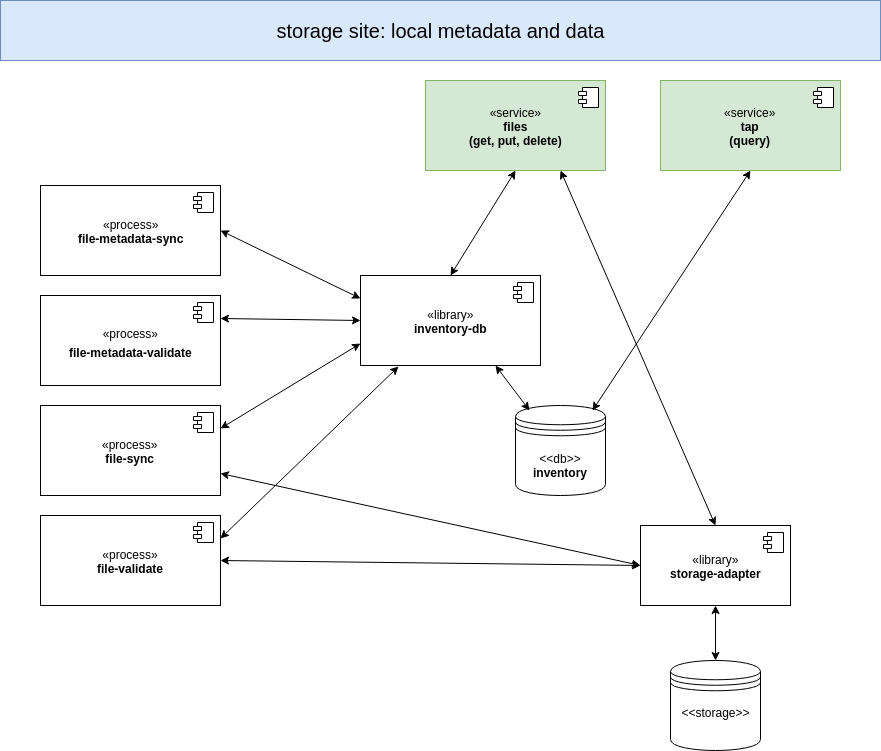
Before: storage-dm/docs/storage-site-deploy.png, a diagram exported from draw.io (severingaudet/storage). Source tidied: cells renumbered, new cells last; positions are measured from the earlier drawing's top-left corner, leaving out a move shared by most shapes.
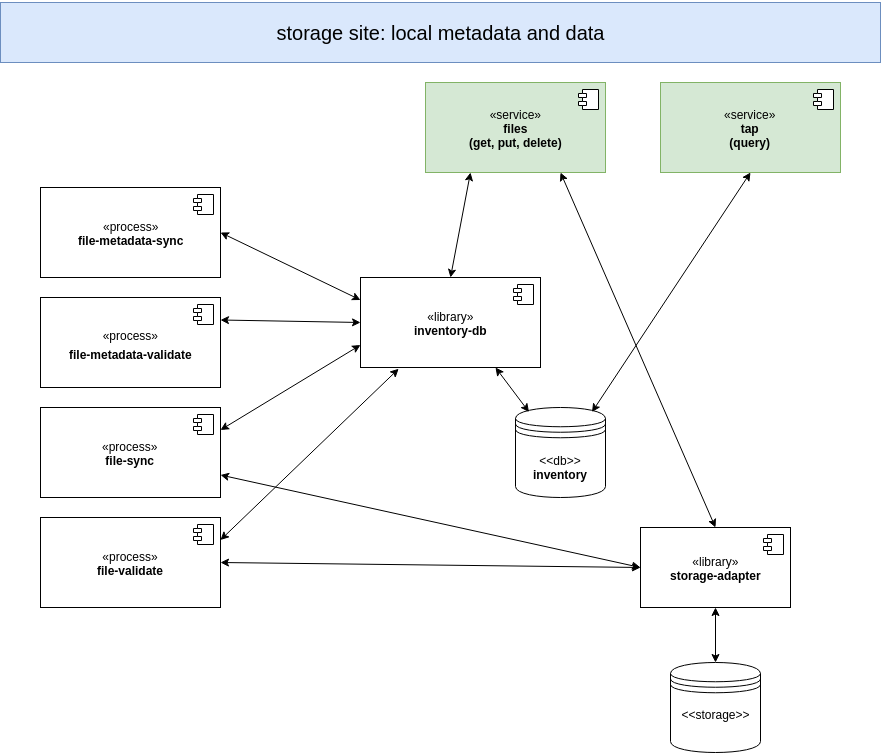
Later version of the same file.

Commit message:
update docs with details about fileID and resolvable permissions

What changed in the source:
```diff
@@ -2,72 +2,72 @@
   <root>
     <mxCell id="0" />
     <mxCell id="1" parent="0" />
-    <mxCell id="2" value="&amp;lt;&amp;lt;db&amp;gt;&amp;gt;&lt;br&gt;&lt;b&gt;inventory&lt;/b&gt;&lt;br&gt;" style="shape=datastore;whiteSpace=wrap;html=1;align=center;" parent="1" vertex="1">
-      <mxGeometry x="515" y="405" width="90" height="90" as="geometry" />
-    </mxCell>
+    <mxCell id="32" value="&amp;lt;&amp;lt;db&amp;gt;&amp;gt;&lt;br&gt;&lt;b&gt;inventory&lt;/b&gt;&lt;br&gt;" style="shape=datastore;whiteSpace=wrap;html=1;align=center;" parent="1" vertex="1">
+      <mxGeometry x="515" y="405" width="90" height="90" as="geometry" />
+    </mxCell>
     <mxCell id="3" value="«service»&lt;br&gt;&lt;b&gt;files&lt;br&gt;(get, put, delete)&lt;br&gt;&lt;/b&gt;" style="html=1;fillColor=#d5e8d4;strokeColor=#82b366;" parent="1" vertex="1">
       <mxGeometry x="425" y="80" width="180" height="90" as="geometry" />
     </mxCell>
-    <mxCell id="4" style="shape=component;jettyWidth=8;jettyHeight=4;" parent="3" vertex="1">
-      <mxGeometry x="1" width="20" height="20" relative="1" as="geometry">
-        <mxPoint x="-27" y="7" as="offset" />
-      </mxGeometry>
-    </mxCell>
-    <mxCell id="5" value="«process»&lt;br&gt;&lt;b&gt;file-metadata-sync&lt;/b&gt;" style="html=1;" parent="1" vertex="1">
-      <mxGeometry x="40" y="185" width="180" height="90" as="geometry" />
-    </mxCell>
-    <mxCell id="6" style="shape=component;jettyWidth=8;jettyHeight=4;" parent="5" vertex="1">
-      <mxGeometry x="1" width="20" height="20" relative="1" as="geometry">
-        <mxPoint x="-27" y="7" as="offset" />
-      </mxGeometry>
-    </mxCell>
+    <mxCell id="33" style="shape=component;jettyWidth=8;jettyHeight=4;" parent="3" vertex="1">
+      <mxGeometry x="1" width="20" height="20" relative="1" as="geometry">
+        <mxPoint x="-27" y="7" as="offset" />
+      </mxGeometry>
+    </mxCell>
+    <mxCell id="34" value="«process»&lt;br&gt;&lt;b&gt;file-metadata-sync&lt;/b&gt;" style="html=1;" parent="1" vertex="1">
+      <mxGeometry x="40" y="185" width="180" height="90" as="geometry" />
+    </mxCell>
+    <mxCell id="35" style="shape=component;jettyWidth=8;jettyHeight=4;" parent="34" vertex="1">
+      <mxGeometry x="1" width="20" height="20" relative="1" as="geometry">
+        <mxPoint x="-27" y="7" as="offset" />
+      </mxGeometry>
+    </mxCell>
     <mxCell id="7" value="«process»&lt;br&gt;&lt;b&gt;file-sync&lt;/b&gt;" style="html=1;" parent="1" vertex="1">
       <mxGeometry x="40" y="405" width="180" height="90" as="geometry" />
     </mxCell>
-    <mxCell id="8" style="shape=component;jettyWidth=8;jettyHeight=4;" parent="7" vertex="1">
-      <mxGeometry x="1" width="20" height="20" relative="1" as="geometry">
-        <mxPoint x="-27" y="7" as="offset" />
-      </mxGeometry>
-    </mxCell>
+    <mxCell id="36" style="shape=component;jettyWidth=8;jettyHeight=4;" parent="7" vertex="1">
+      <mxGeometry x="1" width="20" height="20" relative="1" as="geometry">
+        <mxPoint x="-27" y="7" as="offset" />
+      </mxGeometry>
+    </mxCell>
     <mxCell id="9" value="«process»&lt;br&gt;&lt;b&gt;file-validate&lt;/b&gt;" style="html=1;" parent="1" vertex="1">
       <mxGeometry x="40" y="515" width="180" height="90" as="geometry" />
     </mxCell>
-    <mxCell id="10" style="shape=component;jettyWidth=8;jettyHeight=4;" parent="9" vertex="1">
-      <mxGeometry x="1" width="20" height="20" relative="1" as="geometry">
-        <mxPoint x="-27" y="7" as="offset" />
-      </mxGeometry>
-    </mxCell>
-    <mxCell id="11" value="«library»&lt;br&gt;&lt;b&gt;inventory-db&lt;/b&gt;" style="html=1;" parent="1" vertex="1">
-      <mxGeometry x="360" y="275" width="180" height="90" as="geometry" />
-    </mxCell>
-    <mxCell id="12" style="shape=component;jettyWidth=8;jettyHeight=4;" parent="11" vertex="1">
-      <mxGeometry x="1" width="20" height="20" relative="1" as="geometry">
-        <mxPoint x="-27" y="7" as="offset" />
-      </mxGeometry>
-    </mxCell>
-    <mxCell id="13" style="endArrow=classic;startArrow=classic;html=1;entryX=0.5;entryY=1;entryDx=0;entryDy=0;exitX=0.5;exitY=0;exitDx=0;exitDy=0;" parent="1" edge="1" source="11" target="3">
-      <mxGeometry relative="1" as="geometry" />
-    </mxCell>
-    <mxCell id="14" style="endArrow=classic;startArrow=classic;html=1;exitX=0.75;exitY=1;exitDx=0;exitDy=0;entryX=0.15;entryY=0.05;entryDx=0;entryDy=0;entryPerimeter=0;" parent="1" edge="1" source="11" target="2">
-      <mxGeometry relative="1" as="geometry" />
-    </mxCell>
-    <mxCell id="15" style="endArrow=classic;startArrow=classic;html=1;entryX=0;entryY=0.25;entryDx=0;entryDy=0;exitX=1;exitY=0.5;exitDx=0;exitDy=0;" parent="1" edge="1" source="5" target="11">
-      <mxGeometry relative="1" as="geometry" />
-    </mxCell>
-    <mxCell id="16" style="endArrow=classic;startArrow=classic;html=1;entryX=0;entryY=0.75;entryDx=0;entryDy=0;exitX=1;exitY=0.25;exitDx=0;exitDy=0;" parent="1" edge="1" source="7" target="11">
-      <mxGeometry relative="1" as="geometry" />
-    </mxCell>
-    <mxCell id="17" style="endArrow=classic;startArrow=classic;html=1;entryX=0.212;entryY=1.014;entryDx=0;entryDy=0;exitX=1;exitY=0.25;exitDx=0;exitDy=0;entryPerimeter=0;" parent="1" edge="1" source="9" target="11">
-      <mxGeometry relative="1" as="geometry" />
-    </mxCell>
+    <mxCell id="37" style="shape=component;jettyWidth=8;jettyHeight=4;" parent="9" vertex="1">
+      <mxGeometry x="1" width="20" height="20" relative="1" as="geometry">
+        <mxPoint x="-27" y="7" as="offset" />
+      </mxGeometry>
+    </mxCell>
+    <mxCell id="38" value="«library»&lt;br&gt;&lt;b&gt;inventory-db&lt;/b&gt;" style="html=1;" parent="1" vertex="1">
+      <mxGeometry x="360" y="275" width="180" height="90" as="geometry" />
+    </mxCell>
+    <mxCell id="39" style="shape=component;jettyWidth=8;jettyHeight=4;" parent="38" vertex="1">
+      <mxGeometry x="1" width="20" height="20" relative="1" as="geometry">
+        <mxPoint x="-27" y="7" as="offset" />
+      </mxGeometry>
+    </mxCell>
+    <mxCell id="40" style="endArrow=classic;startArrow=classic;html=1;entryX=0.25;entryY=1;entryDx=0;entryDy=0;exitX=0.5;exitY=0;exitDx=0;exitDy=0;" parent="1" edge="1" source="38" target="3">
+      <mxGeometry relative="1" as="geometry" />
+    </mxCell>
+    <mxCell id="41" style="endArrow=classic;startArrow=classic;html=1;exitX=0.75;exitY=1;exitDx=0;exitDy=0;entryX=0.15;entryY=0.05;entryDx=0;entryDy=0;entryPerimeter=0;" parent="1" edge="1" source="38" target="32">
+      <mxGeometry relative="1" as="geometry" />
+    </mxCell>
+    <mxCell id="42" style="endArrow=classic;startArrow=classic;html=1;entryX=0;entryY=0.25;entryDx=0;entryDy=0;exitX=1;exitY=0.5;exitDx=0;exitDy=0;" parent="1" edge="1" source="34" target="38">
+      <mxGeometry relative="1" as="geometry" />
+    </mxCell>
+    <mxCell id="43" style="endArrow=classic;startArrow=classic;html=1;entryX=0;entryY=0.75;entryDx=0;entryDy=0;exitX=1;exitY=0.25;exitDx=0;exitDy=0;" parent="1" edge="1" source="7" target="38">
+      <mxGeometry relative="1" as="geometry" />
+    </mxCell>
+    <mxCell id="44" style="endArrow=classic;startArrow=classic;html=1;entryX=0.212;entryY=1.014;entryDx=0;entryDy=0;exitX=1;exitY=0.25;exitDx=0;exitDy=0;entryPerimeter=0;" parent="1" edge="1" source="9" target="38">
+      <mxGeometry relative="1" as="geometry" />
+    </mxCell>
     <mxCell id="18" value="«library»&lt;br&gt;&lt;b&gt;storage-adapter&lt;/b&gt;" style="html=1;" parent="1" vertex="1">
       <mxGeometry x="640" y="525" width="150" height="80" as="geometry" />
     </mxCell>
-    <mxCell id="19" style="shape=component;jettyWidth=8;jettyHeight=4;" parent="18" vertex="1">
-      <mxGeometry x="1" width="20" height="20" relative="1" as="geometry">
-        <mxPoint x="-27" y="7" as="offset" />
-      </mxGeometry>
-    </mxCell>
+    <mxCell id="45" style="shape=component;jettyWidth=8;jettyHeight=4;" parent="18" vertex="1">
+      <mxGeometry x="1" width="20" height="20" relative="1" as="geometry">
+        <mxPoint x="-27" y="7" as="offset" />
+      </mxGeometry>
+    </mxCell>
     <mxCell id="20" style="endArrow=classic;startArrow=classic;html=1;exitX=1;exitY=0.5;exitDx=0;exitDy=0;entryX=0;entryY=0.5;entryDx=0;entryDy=0;" parent="1" edge="1" source="9" target="18">
       <mxGeometry relative="1" as="geometry" />
     </mxCell>
@@ -77,36 +77,140 @@
     <mxCell id="22" style="endArrow=classic;startArrow=classic;html=1;fontSize=16;entryX=0.5;entryY=1;entryDx=0;entryDy=0;exitX=0.5;exitY=0;exitDx=0;exitDy=0;" parent="1" edge="1" source="21" target="18">
       <mxGeometry relative="1" as="geometry" />
     </mxCell>
-    <mxCell id="23" value="&lt;font style=&quot;font-size: 12px&quot;&gt;«process»&lt;br&gt;&lt;b&gt;file-metadata-validate&lt;/b&gt;&lt;/font&gt;" style="html=1;fontSize=16;" parent="1" vertex="1">
-      <mxGeometry x="40" y="295" width="180" height="90" as="geometry" />
-    </mxCell>
-    <mxCell id="24" style="shape=component;jettyWidth=8;jettyHeight=4;" parent="23" vertex="1">
-      <mxGeometry x="1" width="20" height="20" relative="1" as="geometry">
-        <mxPoint x="-27" y="7" as="offset" />
-      </mxGeometry>
-    </mxCell>
-    <mxCell id="25" style="endArrow=classic;startArrow=classic;html=1;fontSize=16;entryX=1;entryY=0.25;entryDx=0;entryDy=0;exitX=0;exitY=0.5;exitDx=0;exitDy=0;" parent="1" edge="1" source="11" target="23">
-      <mxGeometry relative="1" as="geometry" />
-    </mxCell>
-    <mxCell id="26" value="&lt;font style=&quot;font-size: 20px&quot;&gt;storage site: local metadata and data&lt;/font&gt;" style="rounded=0;whiteSpace=wrap;html=1;fontSize=16;fillColor=#dae8fc;strokeColor=#6c8ebf;" parent="1" vertex="1">
-      <mxGeometry width="880" height="60" as="geometry" />
-    </mxCell>
-    <mxCell id="27" value="«service»&lt;br&gt;&lt;b&gt;tap&lt;br&gt;(query)&lt;br&gt;&lt;/b&gt;" style="html=1;fillColor=#d5e8d4;strokeColor=#82b366;" parent="1" vertex="1">
-      <mxGeometry x="660" y="80" width="180" height="90" as="geometry" />
-    </mxCell>
-    <mxCell id="28" style="shape=component;jettyWidth=8;jettyHeight=4;" parent="27" vertex="1">
-      <mxGeometry x="1" width="20" height="20" relative="1" as="geometry">
-        <mxPoint x="-27" y="7" as="offset" />
-      </mxGeometry>
-    </mxCell>
-    <mxCell id="29" style="endArrow=classic;startArrow=classic;html=1;fontSize=16;entryX=0.5;entryY=1;entryDx=0;entryDy=0;exitX=0.85;exitY=0.05;exitDx=0;exitDy=0;exitPerimeter=0;" parent="1" edge="1" source="2" target="27">
-      <mxGeometry relative="1" as="geometry" />
-    </mxCell>
+    <mxCell id="46" value="&lt;font style=&quot;font-size: 12px&quot;&gt;«process»&lt;br&gt;&lt;b&gt;file-metadata-validate&lt;/b&gt;&lt;/font&gt;" style="html=1;fontSize=16;" parent="1" vertex="1">
+      <mxGeometry x="40" y="295" width="180" height="90" as="geometry" />
+    </mxCell>
+    <mxCell id="47" style="shape=component;jettyWidth=8;jettyHeight=4;" parent="46" vertex="1">
+      <mxGeometry x="1" width="20" height="20" relative="1" as="geometry">
+        <mxPoint x="-27" y="7" as="offset" />
+      </mxGeometry>
+    </mxCell>
+    <mxCell id="48" style="endArrow=classic;startArrow=classic;html=1;fontSize=16;entryX=1;entryY=0.25;entryDx=0;entryDy=0;exitX=0;exitY=0.5;exitDx=0;exitDy=0;" parent="1" edge="1" source="38" target="46">
+      <mxGeometry relative="1" as="geometry" />
+    </mxCell>
+    <mxCell id="49" value="&lt;font style=&quot;font-size: 12px&quot;&gt;«service»&lt;br&gt;&lt;/font&gt;&lt;b&gt;&lt;font style=&quot;font-size: 12px&quot;&gt;locate&lt;br&gt;(&lt;/font&gt;&lt;/b&gt;&lt;b&gt;&lt;font style=&quot;font-size: 12px&quot;&gt;transfer-negotiation&lt;/font&gt;&lt;/b&gt;&lt;b&gt;&lt;font style=&quot;font-size: 12px&quot;&gt;)&lt;br&gt;&lt;/font&gt;&lt;/b&gt;" style="html=1;fontSize=16;fillColor=#d5e8d4;strokeColor=#82b366;" parent="1" vertex="1">
+      <mxGeometry x="1290" y="80" width="180" height="90" as="geometry" />
+    </mxCell>
+    <mxCell id="50" style="shape=component;jettyWidth=8;jettyHeight=4;" parent="49" vertex="1">
+      <mxGeometry x="1" width="20" height="20" relative="1" as="geometry">
+        <mxPoint x="-27" y="7" as="offset" />
+      </mxGeometry>
+    </mxCell>
+    <mxCell id="51" value="&amp;lt;&amp;lt;db&amp;gt;&amp;gt;&lt;br&gt;&lt;b&gt;inventory&lt;/b&gt;&lt;br&gt;" style="shape=datastore;whiteSpace=wrap;html=1;align=center;" parent="1" vertex="1">
+      <mxGeometry x="1470" y="390" width="90" height="90" as="geometry" />
+    </mxCell>
+    <mxCell id="52" value="«library»&lt;br&gt;&lt;b&gt;inventory-db&lt;/b&gt;" style="html=1;" parent="1" vertex="1">
+      <mxGeometry x="1290" y="240" width="180" height="90" as="geometry" />
+    </mxCell>
+    <mxCell id="53" style="shape=component;jettyWidth=8;jettyHeight=4;" parent="52" vertex="1">
+      <mxGeometry x="1" width="20" height="20" relative="1" as="geometry">
+        <mxPoint x="-27" y="7" as="offset" />
+      </mxGeometry>
+    </mxCell>
+    <mxCell id="54" style="endArrow=classic;startArrow=classic;html=1;exitX=0.75;exitY=1;exitDx=0;exitDy=0;entryX=0.15;entryY=0.05;entryDx=0;entryDy=0;entryPerimeter=0;" parent="1" edge="1" source="52" target="51">
+      <mxGeometry relative="1" as="geometry" />
+    </mxCell>
+    <mxCell id="55" style="endArrow=classic;startArrow=classic;html=1;fontSize=16;entryX=0.5;entryY=1;entryDx=0;entryDy=0;exitX=0.5;exitY=0;exitDx=0;exitDy=0;" parent="1" edge="1" source="52" target="49">
+      <mxGeometry relative="1" as="geometry" />
+    </mxCell>
+    <mxCell id="56" value="«process»&lt;br&gt;&lt;b&gt;file-metadata-sync&lt;/b&gt;" style="html=1;" parent="1" vertex="1">
+      <mxGeometry x="1040" y="240" width="180" height="90" as="geometry" />
+    </mxCell>
+    <mxCell id="57" style="shape=component;jettyWidth=8;jettyHeight=4;" parent="56" vertex="1">
+      <mxGeometry x="1" width="20" height="20" relative="1" as="geometry">
+        <mxPoint x="-27" y="7" as="offset" />
+      </mxGeometry>
+    </mxCell>
+    <mxCell id="58" style="endArrow=classic;startArrow=classic;html=1;fontSize=16;entryX=0;entryY=0.5;entryDx=0;entryDy=0;exitX=1;exitY=0.5;exitDx=0;exitDy=0;" parent="1" edge="1" source="56" target="52">
+      <mxGeometry relative="1" as="geometry" />
+    </mxCell>
+    <mxCell id="59" value="«service»&lt;br&gt;&lt;b&gt;tap&lt;br&gt;(query)&lt;br&gt;&lt;/b&gt;" style="html=1;fillColor=#d5e8d4;strokeColor=#82b366;" parent="1" vertex="1">
+      <mxGeometry x="660" y="80" width="180" height="90" as="geometry" />
+    </mxCell>
+    <mxCell id="60" style="shape=component;jettyWidth=8;jettyHeight=4;" parent="59" vertex="1">
+      <mxGeometry x="1" width="20" height="20" relative="1" as="geometry">
+        <mxPoint x="-27" y="7" as="offset" />
+      </mxGeometry>
+    </mxCell>
+    <mxCell id="61" style="endArrow=classic;startArrow=classic;html=1;fontSize=16;entryX=0.5;entryY=1;entryDx=0;entryDy=0;exitX=0.85;exitY=0.05;exitDx=0;exitDy=0;exitPerimeter=0;" parent="1" edge="1" source="32" target="59">
+      <mxGeometry relative="1" as="geometry" />
+    </mxCell>
+    <mxCell id="62" value="«service»&lt;br&gt;&lt;b&gt;tap&lt;br&gt;(query)&lt;br&gt;&lt;/b&gt;" style="html=1;fillColor=#d5e8d4;strokeColor=#82b366;" parent="1" vertex="1">
+      <mxGeometry x="1500" y="80" width="180" height="90" as="geometry" />
+    </mxCell>
+    <mxCell id="63" style="shape=component;jettyWidth=8;jettyHeight=4;" parent="62" vertex="1">
+      <mxGeometry x="1" width="20" height="20" relative="1" as="geometry">
+        <mxPoint x="-27" y="7" as="offset" />
+      </mxGeometry>
+    </mxCell>
+    <mxCell id="64" style="endArrow=classic;startArrow=classic;html=1;fontSize=16;entryX=0.5;entryY=1;entryDx=0;entryDy=0;exitX=0.85;exitY=0.05;exitDx=0;exitDy=0;exitPerimeter=0;" parent="1" edge="1" source="51" target="62">
+      <mxGeometry relative="1" as="geometry" />
+    </mxCell>
     <mxCell id="30" style="endArrow=classic;startArrow=classic;html=1;fontSize=16;entryX=0;entryY=0.5;entryDx=0;entryDy=0;exitX=1;exitY=0.75;exitDx=0;exitDy=0;" parent="1" edge="1" source="7" target="18">
       <mxGeometry relative="1" as="geometry" />
     </mxCell>
     <mxCell id="31" style="endArrow=classic;startArrow=classic;html=1;fontSize=16;entryX=0.75;entryY=1;entryDx=0;entryDy=0;exitX=0.5;exitY=0;exitDx=0;exitDy=0;" parent="1" edge="1" source="18" target="3">
       <mxGeometry relative="1" as="geometry" />
     </mxCell>
+    <mxCell id="65" value="&lt;font style=&quot;font-size: 12px&quot;&gt;«process»&lt;br&gt;&lt;b&gt;file-metadata-validate&lt;/b&gt;&lt;/font&gt;" style="html=1;fontSize=16;" parent="1" vertex="1">
+      <mxGeometry x="1040" y="355" width="180" height="90" as="geometry" />
+    </mxCell>
+    <mxCell id="66" style="shape=component;jettyWidth=8;jettyHeight=4;" parent="65" vertex="1">
+      <mxGeometry x="1" width="20" height="20" relative="1" as="geometry">
+        <mxPoint x="-27" y="7" as="offset" />
+      </mxGeometry>
+    </mxCell>
+    <mxCell id="67" style="endArrow=classic;startArrow=classic;html=1;fontSize=16;exitX=1;exitY=0.25;exitDx=0;exitDy=0;entryX=0;entryY=0.75;entryDx=0;entryDy=0;" parent="1" edge="1" source="65" target="52">
+      <mxGeometry relative="1" as="geometry" />
+    </mxCell>
+    <mxCell id="68" value="«service»&lt;br&gt;&lt;b&gt;registry&lt;/b&gt;" style="html=1;fillColor=#d5e8d4;strokeColor=#82b366;" parent="1" vertex="1">
+      <mxGeometry x="44.5" y="-242.5" width="180" height="90" as="geometry" />
+    </mxCell>
+    <mxCell id="69" style="shape=component;jettyWidth=8;jettyHeight=4;" parent="68" vertex="1">
+      <mxGeometry x="1" width="20" height="20" relative="1" as="geometry">
+        <mxPoint x="-27" y="7" as="offset" />
+      </mxGeometry>
+    </mxCell>
+    <mxCell id="26" value="&lt;font style=&quot;font-size: 20px&quot;&gt;storage site: local metadata and data&lt;/font&gt;" style="rounded=0;whiteSpace=wrap;html=1;fontSize=16;fillColor=#dae8fc;strokeColor=#6c8ebf;" parent="1" vertex="1">
+      <mxGeometry width="880" height="60" as="geometry" />
+    </mxCell>
+    <mxCell id="70" value="&lt;font style=&quot;font-size: 20px&quot;&gt;global inventory: metadata&lt;/font&gt;" style="rounded=0;whiteSpace=wrap;html=1;fontSize=16;fillColor=#dae8fc;strokeColor=#6c8ebf;" parent="1" vertex="1">
+      <mxGeometry x="1000" width="720" height="60" as="geometry" />
+    </mxCell>
+    <mxCell id="71" value="«service»&lt;br&gt;&lt;b&gt;users&lt;br&gt;&lt;/b&gt;" style="html=1;fillColor=#d5e8d4;strokeColor=#82b366;" parent="1" vertex="1">
+      <mxGeometry x="244.5" y="-242.5" width="180" height="90" as="geometry" />
+    </mxCell>
+    <mxCell id="72" style="shape=component;jettyWidth=8;jettyHeight=4;" parent="71" vertex="1">
+      <mxGeometry x="1" width="20" height="20" relative="1" as="geometry">
+        <mxPoint x="-27" y="7" as="offset" />
+      </mxGeometry>
+    </mxCell>
+    <mxCell id="73" value="«service»&lt;br&gt;&lt;b&gt;groups&lt;br&gt;&lt;/b&gt;" style="html=1;fillColor=#d5e8d4;strokeColor=#82b366;" parent="1" vertex="1">
+      <mxGeometry x="445.5" y="-242.5" width="180" height="90" as="geometry" />
+    </mxCell>
+    <mxCell id="74" style="shape=component;jettyWidth=8;jettyHeight=4;" parent="73" vertex="1">
+      <mxGeometry x="1" width="20" height="20" relative="1" as="geometry">
+        <mxPoint x="-27" y="7" as="offset" />
+      </mxGeometry>
+    </mxCell>
+    <mxCell id="75" value="«service»&lt;br&gt;&lt;b&gt;permissions&lt;/b&gt;" style="html=1;fillColor=#d5e8d4;strokeColor=#82b366;" parent="1" vertex="1">
+      <mxGeometry x="675.5" y="-275" width="180" height="90" as="geometry" />
+    </mxCell>
+    <mxCell id="76" style="shape=component;jettyWidth=8;jettyHeight=4;" parent="75" vertex="1">
+      <mxGeometry x="1" width="20" height="20" relative="1" as="geometry">
+        <mxPoint x="-27" y="7" as="offset" />
+      </mxGeometry>
+    </mxCell>
+    <mxCell id="77" value="«service»&lt;br&gt;&lt;b&gt;permissions&lt;/b&gt;" style="html=1;fillColor=#d5e8d4;strokeColor=#82b366;" parent="1" vertex="1">
+      <mxGeometry x="646.5" y="-242.5" width="180" height="90" as="geometry" />
+    </mxCell>
+    <mxCell id="78" style="shape=component;jettyWidth=8;jettyHeight=4;" parent="77" vertex="1">
+      <mxGeometry x="1" width="20" height="20" relative="1" as="geometry">
+        <mxPoint x="-27" y="7" as="offset" />
+      </mxGeometry>
+    </mxCell>
+    <mxCell id="79" value="&lt;font style=&quot;font-size: 20px&quot;&gt;external services&lt;/font&gt;" style="rounded=0;whiteSpace=wrap;html=1;fontSize=16;fillColor=#dae8fc;strokeColor=#6c8ebf;" parent="1" vertex="1">
+      <mxGeometry y="-355" width="890" height="60" as="geometry" />
+    </mxCell>
   </root>
 </mxGraphModel>
```
